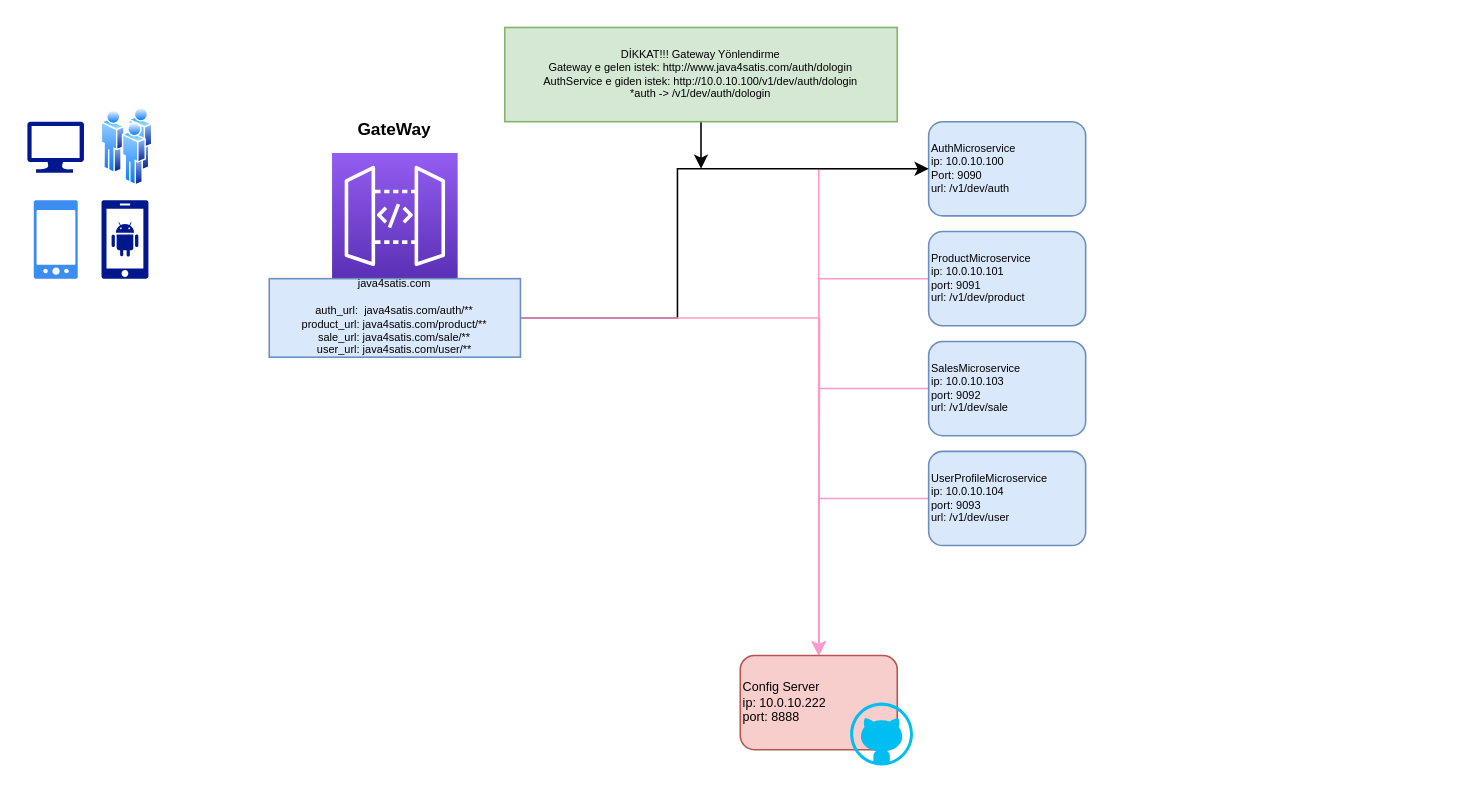
Above: Java4Arch.drawio in bilgejava6/Java4MicroService (draw.io), before the change. Source tidied: cells renumbered, new cells numbered last; positions are measured from the earlier drawing's top-left corner, leaving out a move shared by most shapes. Both pictures are drawn from the tidied source at 157%, with x=0, y=0 at pixel (27, 27). Pictures stored in the file or linked from it are replaced by grey dashed boxes.
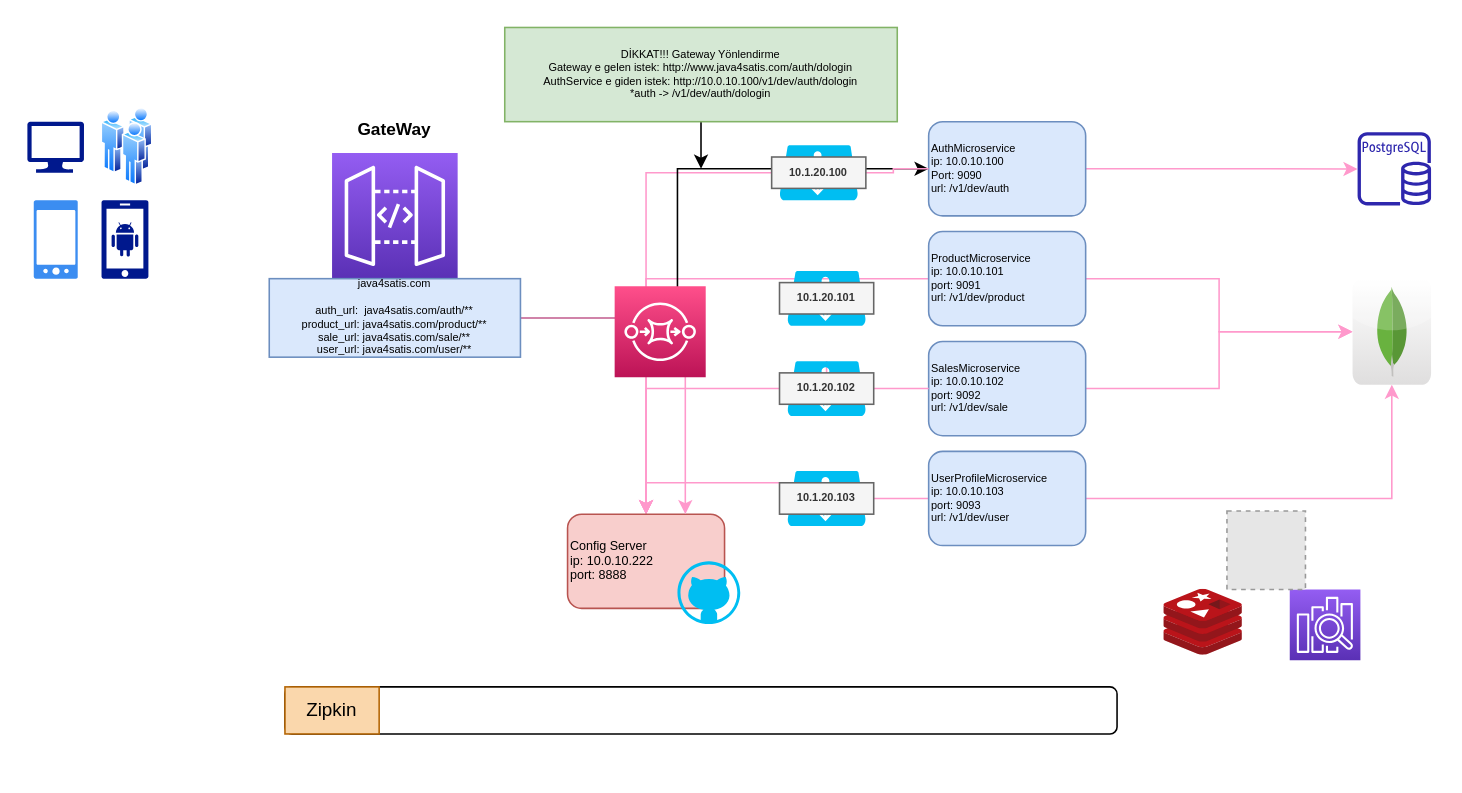
After the change.

Commit message:
10.01.2023 gün sonu

The change refers to these unchanged cells:
```xml
<mxCell id="3" value="&lt;font style=&quot;font-size: 7px;&quot;&gt;AuthMicroservice&lt;br style=&quot;font-size: 7px;&quot;&gt;ip: 10.0.10.100&lt;br style=&quot;font-size: 7px;&quot;&gt;Port: 9090&lt;br style=&quot;font-size: 7px;&quot;&gt;url:&amp;nbsp;/v1/dev/auth&lt;br style=&quot;font-size: 7px;&quot;&gt;&lt;/font&gt;" style="rounded=1;whiteSpace=wrap;html=1;fillColor=#dae8fc;strokeColor=#6c8ebf;align=left;fontSize=7;horizontal=1;" parent="1" vertex="1">
  <mxGeometry x="574" y="60" width="100" height="60" as="geometry" />
</mxCell>
<mxCell id="5" value="&lt;font style=&quot;font-size: 7px;&quot;&gt;ProductMicroservice&lt;br style=&quot;font-size: 7px;&quot;&gt;ip: 10.0.10.101&lt;br style=&quot;font-size: 7px;&quot;&gt;port: 9091&lt;br style=&quot;font-size: 7px;&quot;&gt;url:&amp;nbsp;/v1/dev/product&lt;br style=&quot;font-size: 7px;&quot;&gt;&lt;/font&gt;" style="rounded=1;whiteSpace=wrap;html=1;fillColor=#dae8fc;strokeColor=#6c8ebf;align=left;fontSize=7;" parent="1" vertex="1">
  <mxGeometry x="574" y="130" width="100" height="60" as="geometry" />
</mxCell>
<mxCell id="11" value="&lt;font style=&quot;font-size: 8px;&quot;&gt;Config Server&lt;br style=&quot;font-size: 8px;&quot;&gt;ip: 10.0.10.222&lt;br&gt;port: 8888&lt;br style=&quot;font-size: 8px;&quot;&gt;&lt;/font&gt;" style="rounded=1;whiteSpace=wrap;html=1;fillColor=#f8cecc;strokeColor=#b85450;align=left;fontSize=8;" parent="10" vertex="1">
  <mxGeometry width="100" height="60" as="geometry" />
</mxCell>
<mxCell id="21" value="java4satis.com&lt;br style=&quot;font-size: 7px;&quot;&gt;&lt;br style=&quot;font-size: 7px;&quot;&gt;auth_url:&amp;nbsp; java4satis.com/auth/**&lt;br style=&quot;font-size: 7px;&quot;&gt;product_url: java4satis.com/product/**&lt;br style=&quot;font-size: 7px;&quot;&gt;sale_url: java4satis.com/sale/**&lt;br style=&quot;font-size: 7px;&quot;&gt;user_url: java4satis.com/user/**" style="text;html=1;strokeColor=#6c8ebf;fillColor=#dae8fc;align=center;verticalAlign=middle;whiteSpace=wrap;rounded=0;fontSize=7;" parent="1" vertex="1">
  <mxGeometry x="154" y="160" width="160" height="50" as="geometry" />
</mxCell>
```

What changed in the source:
```diff
@@
-    <mxCell id="2" style="edgeStyle=orthogonalEdgeStyle;rounded=0;jettySize=auto;html=1;fontSize=7;strokeColor=#FF99CC;" parent="1" edge="1" source="3" target="11">
+    <mxCell id="2" style="edgeStyle=orthogonalEdgeStyle;rounded=0;jettySize=auto;html=1;fontSize=7;strokeColor=#FF99CC;startArrow=none;" parent="1" edge="1" source="29" target="11">
       <mxGeometry relative="1" as="geometry" />
     </mxCell>
+    <mxCell id="24" style="edgeStyle=orthogonalEdgeStyle;rounded=0;jettySize=auto;html=1;strokeColor=#FF99CC;fontSize=7;" parent="1" edge="1" source="3" target="38">
+      <mxGeometry relative="1" as="geometry" />
+    </mxCell>
@@
+    <mxCell id="25" style="edgeStyle=orthogonalEdgeStyle;rounded=0;jettySize=auto;html=1;strokeColor=#FF99CC;fontSize=7;" parent="1" edge="1" source="5" target="39">
+      <mxGeometry relative="1" as="geometry" />
+    </mxCell>
@@
-    <mxCell id="6" style="edgeStyle=orthogonalEdgeStyle;rounded=0;jettySize=auto;html=1;entryX=0.5;entryY=0;entryDx=0;entryDy=0;fontSize=7;strokeColor=#FF99CC;" parent="1" edge="1" source="7" target="11">
+    <mxCell id="6" style="edgeStyle=orthogonalEdgeStyle;rounded=0;jettySize=auto;html=1;entryX=0.5;entryY=0;entryDx=0;entryDy=0;fontSize=7;strokeColor=#FF99CC;startArrow=none;" parent="1" edge="1" source="32" target="11">
       <mxGeometry relative="1" as="geometry" />
     </mxCell>
+    <mxCell id="26" style="edgeStyle=orthogonalEdgeStyle;rounded=0;jettySize=auto;html=1;strokeColor=#FF99CC;fontSize=7;" parent="1" edge="1" source="7" target="39">
+      <mxGeometry relative="1" as="geometry" />
+    </mxCell>
-    <mxCell id="7" value="&lt;font style=&quot;font-size: 7px;&quot;&gt;SalesMicroservice&lt;br style=&quot;font-size: 7px;&quot;&gt;ip: 10.0.10.103&lt;br style=&quot;font-size: 7px;&quot;&gt;port: 9092&lt;br style=&quot;font-size: 7px;&quot;&gt;url:&amp;nbsp;/v1/dev/sale&lt;br style=&quot;font-size: 7px;&quot;&gt;&lt;/font&gt;" style="rounded=1;whiteSpace=wrap;html=1;fillColor=#dae8fc;strokeColor=#6c8ebf;align=left;fontSize=7;" parent="1" vertex="1">
+    <mxCell id="7" value="&lt;font style=&quot;font-size: 7px;&quot;&gt;SalesMicroservice&lt;br style=&quot;font-size: 7px;&quot;&gt;ip: 10.0.10.102&lt;br style=&quot;font-size: 7px;&quot;&gt;port: 9092&lt;br style=&quot;font-size: 7px;&quot;&gt;url:&amp;nbsp;/v1/dev/sale&lt;br style=&quot;font-size: 7px;&quot;&gt;&lt;/font&gt;" style="rounded=1;whiteSpace=wrap;html=1;fillColor=#dae8fc;strokeColor=#6c8ebf;align=left;fontSize=7;" parent="1" vertex="1">
       <mxGeometry x="574" y="200" width="100" height="60" as="geometry" />
     </mxCell>
@@
+    <mxCell id="27" style="edgeStyle=orthogonalEdgeStyle;rounded=0;jettySize=auto;html=1;strokeColor=#FF99CC;fontSize=7;" parent="1" edge="1" source="9" target="39">
+      <mxGeometry relative="1" as="geometry" />
+    </mxCell>
-    <mxCell id="9" value="&lt;font style=&quot;font-size: 7px;&quot;&gt;UserProfileMicroservice&lt;br style=&quot;font-size: 7px;&quot;&gt;ip: 10.0.10.104&lt;br style=&quot;font-size: 7px;&quot;&gt;port: 9093&lt;br style=&quot;font-size: 7px;&quot;&gt;url:&amp;nbsp;/v1/dev/user&lt;br style=&quot;font-size: 7px;&quot;&gt;&lt;/font&gt;" style="rounded=1;whiteSpace=wrap;html=1;fillColor=#dae8fc;strokeColor=#6c8ebf;align=left;fontSize=7;" parent="1" vertex="1">
+    <mxCell id="9" value="&lt;font style=&quot;font-size: 7px;&quot;&gt;UserProfileMicroservice&lt;br style=&quot;font-size: 7px;&quot;&gt;ip: 10.0.10.103&lt;br style=&quot;font-size: 7px;&quot;&gt;port: 9093&lt;br style=&quot;font-size: 7px;&quot;&gt;url:&amp;nbsp;/v1/dev/user&lt;br style=&quot;font-size: 7px;&quot;&gt;&lt;/font&gt;" style="rounded=1;whiteSpace=wrap;html=1;fillColor=#dae8fc;strokeColor=#6c8ebf;align=left;fontSize=7;" parent="1" vertex="1">
       <mxGeometry x="574" y="270" width="100" height="60" as="geometry" />
     </mxCell>
     <mxCell id="10" style="group;" parent="1" vertex="1">
-      <mxGeometry x="454" y="400" width="110" height="70" as="geometry" />
+      <mxGeometry x="344" y="310" width="110" height="70" as="geometry" />
     </mxCell>
@@
-    <mxCell id="20" style="edgeStyle=orthogonalEdgeStyle;rounded=0;jettySize=auto;html=1;fontSize=7;strokeColor=#FF99CC;" parent="1" edge="1" source="21">
-      <mxGeometry relative="1" as="geometry">
-        <mxPoint x="504" y="400" as="targetPoint" />
-      </mxGeometry>
+    <mxCell id="20" style="edgeStyle=orthogonalEdgeStyle;rounded=0;jettySize=auto;html=1;fontSize=7;strokeColor=#FF99CC;entryX=0.75;entryY=0;entryDx=0;entryDy=0;" parent="1" edge="1" source="21" target="11">
+      <mxGeometry relative="1" as="geometry" />
     </mxCell>
@@
+    <mxCell id="28" style="edgeStyle=orthogonalEdgeStyle;rounded=0;jettySize=auto;html=1;fontSize=7;strokeColor=#FF99CC;endArrow=none;" parent="1" edge="1" source="3" target="29">
+      <mxGeometry relative="1" as="geometry" />
+    </mxCell>
+    <mxCell id="29" style="verticalLabelPosition=bottom;html=1;verticalAlign=top;align=center;strokeColor=none;fillColor=#00BEF2;shape=mxgraph.azure.azure_load_balancer;fontSize=7;" parent="1" vertex="1">
+      <mxGeometry x="479" y="75" width="50" height="35" as="geometry" />
+    </mxCell>
+    <mxCell id="30" style="verticalLabelPosition=bottom;html=1;verticalAlign=top;align=center;strokeColor=none;fillColor=#00BEF2;shape=mxgraph.azure.azure_load_balancer;fontSize=7;" parent="1" vertex="1">
+      <mxGeometry x="484" y="155" width="50" height="35" as="geometry" />
+    </mxCell>
+    <mxCell id="31" style="edgeStyle=orthogonalEdgeStyle;rounded=0;jettySize=auto;html=1;entryX=0.5;entryY=0;entryDx=0;entryDy=0;fontSize=7;strokeColor=#FF99CC;endArrow=none;" parent="1" edge="1" source="7" target="32">
+      <mxGeometry relative="1" as="geometry">
+        <Array as="points">
+          <mxPoint x="509" y="230" />
+        </Array>
+      </mxGeometry>
+    </mxCell>
+    <mxCell id="32" style="verticalLabelPosition=bottom;html=1;verticalAlign=top;align=center;strokeColor=none;fillColor=#00BEF2;shape=mxgraph.azure.azure_load_balancer;fontSize=7;" parent="1" vertex="1">
+      <mxGeometry x="484" y="212.5" width="50" height="35" as="geometry" />
+    </mxCell>
+    <mxCell id="33" style="verticalLabelPosition=bottom;html=1;verticalAlign=top;align=center;strokeColor=none;fillColor=#00BEF2;shape=mxgraph.azure.azure_load_balancer;fontSize=7;" parent="1" vertex="1">
+      <mxGeometry x="484" y="282.5" width="50" height="35" as="geometry" />
+    </mxCell>
+    <mxCell id="34" value="10.1.20.100" style="text;html=1;strokeColor=#666666;fillColor=#f5f5f5;align=center;verticalAlign=middle;whiteSpace=wrap;rounded=0;fontSize=7;fontColor=#333333;fontStyle=1;" parent="1" vertex="1">
+      <mxGeometry x="474" y="82.5" width="60" height="20" as="geometry" />
+    </mxCell>
+    <mxCell id="35" value="10.1.20.101" style="text;html=1;strokeColor=#666666;fillColor=#f5f5f5;align=center;verticalAlign=middle;whiteSpace=wrap;rounded=0;fontSize=7;fontColor=#333333;fontStyle=1;" parent="1" vertex="1">
+      <mxGeometry x="479" y="162.5" width="60" height="20" as="geometry" />
+    </mxCell>
+    <mxCell id="36" value="10.1.20.102" style="text;html=1;strokeColor=#666666;fillColor=#f5f5f5;align=center;verticalAlign=middle;whiteSpace=wrap;rounded=0;fontSize=7;fontColor=#333333;fontStyle=1;" parent="1" vertex="1">
+      <mxGeometry x="479" y="220" width="60" height="20" as="geometry" />
+    </mxCell>
+    <mxCell id="37" value="10.1.20.103" style="text;html=1;strokeColor=#666666;fillColor=#f5f5f5;align=center;verticalAlign=middle;whiteSpace=wrap;rounded=0;fontSize=7;fontColor=#333333;fontStyle=1;" parent="1" vertex="1">
+      <mxGeometry x="479" y="290" width="60" height="20" as="geometry" />
+    </mxCell>
+    <mxCell id="38" style="sketch=0;outlineConnect=0;fontColor=#232F3E;gradientColor=none;fillColor=#2E27AD;strokeColor=none;dashed=0;verticalLabelPosition=bottom;verticalAlign=top;align=center;html=1;fontSize=12;fontStyle=0;shape=mxgraph.aws4.rds_postgresql_instance;strokeWidth=4;" parent="1" vertex="1">
+      <mxGeometry x="847.2" y="66.6" width="46.8" height="46.8" as="geometry" />
+    </mxCell>
+    <mxCell id="39" style="dashed=0;outlineConnect=0;html=1;align=center;labelPosition=center;verticalLabelPosition=bottom;verticalAlign=top;shape=mxgraph.webicons.mongodb;gradientColor=#DFDEDE;strokeWidth=4;fontSize=7;" parent="1" vertex="1">
+      <mxGeometry x="844" y="160" width="50" height="67.5" as="geometry" />
+    </mxCell>
+    <mxCell id="40" style="sketch=0;html=1;align=center;image;fontSize=12;image=img/lib/mscae/Cache_Redis_Product.svg;strokeWidth=4;fillColor=none;" parent="1" vertex="1">
+      <mxGeometry x="724" y="358" width="50" height="42" as="geometry" />
+    </mxCell>
+    <mxCell id="41" style="sketch=0;fontColor=#232F3E;gradientColor=#945DF2;gradientDirection=north;fillColor=#5A30B5;strokeColor=#ffffff;dashed=0;verticalLabelPosition=bottom;verticalAlign=top;align=center;html=1;fontSize=12;fontStyle=0;shape=mxgraph.aws4.resourceIcon;resIcon=mxgraph.aws4.elasticsearch_service;strokeWidth=4;" parent="1" vertex="1">
+      <mxGeometry x="804" y="358" width="45" height="45" as="geometry" />
+    </mxCell>
+    <mxCell id="42" style="fillColor=#E6E6E6;strokeColor=#999999;dashed=1;html=1;verticalAlign=top;verticalLabelPosition=bottom;labelBackgroundColor=#ffffff;fontSize=7;" parent="1" vertex="1">
+      <mxGeometry x="764" y="308" width="50" height="50" as="geometry" />
+    </mxCell>
+    <mxCell id="43" style="rounded=1;whiteSpace=wrap;html=1;strokeWidth=1;fontSize=7;fillColor=none;" parent="1" vertex="1">
+      <mxGeometry x="164" y="420" width="530" height="30" as="geometry" />
+    </mxCell>
+    <mxCell id="44" value="&lt;font style=&quot;font-size: 12px;&quot;&gt;Zipkin&lt;/font&gt;" style="text;html=1;strokeColor=#b46504;fillColor=#fad7ac;align=center;verticalAlign=middle;whiteSpace=wrap;rounded=0;strokeWidth=1;fontSize=7;" parent="1" vertex="1">
+      <mxGeometry x="164" y="420" width="60" height="30" as="geometry" />
+    </mxCell>
+    <mxCell id="45" style="sketch=0;fontColor=#232F3E;gradientColor=#FF4F8B;gradientDirection=north;fillColor=#BC1356;strokeColor=#ffffff;dashed=0;verticalLabelPosition=bottom;verticalAlign=top;align=center;html=1;fontSize=12;fontStyle=0;shape=mxgraph.aws4.resourceIcon;resIcon=mxgraph.aws4.sqs;strokeWidth=1;" parent="1" vertex="1">
+      <mxGeometry x="374" y="164.8" width="58" height="58" as="geometry" />
+    </mxCell>
```
